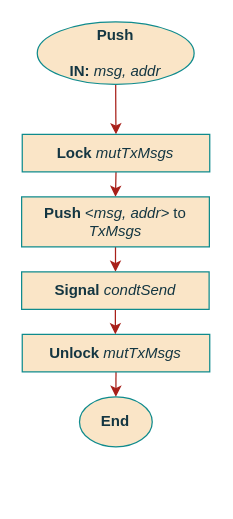
Earlier version of the draw.io diagram page "push" (5 of 8) of documentation/flowcharts/02Classes/CCommunication.drawio (ESRGgroup9/slipad). Source tidied: cells renumbered, new cells numbered last; positions are measured from the earlier drawing's top-left corner, leaving out a move shared by most shapes. Both pictures are drawn from the tidied source at 125%, with x=0, y=0 at pixel (21, 21).
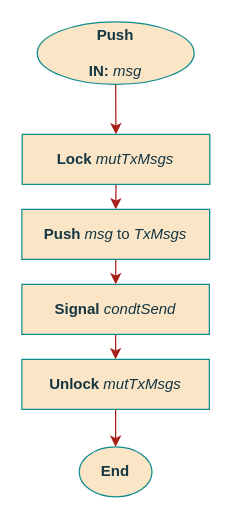
Above is the later version.

Diff of the diagram source:
```diff
@@
 <mxGraphModel>
   <root>
     <mxCell id="0" />
     <mxCell id="1" parent="0" />
     <mxCell id="2" style="edgeStyle=orthogonalEdgeStyle;curved=0;rounded=1;sketch=0;jettySize=auto;html=1;exitX=0.5;exitY=1;exitDx=0;exitDy=0;entryX=0.5;entryY=0;entryDx=0;entryDy=0;fontColor=#143642;strokeColor=#A8201A;fillColor=#FAE5C7;" parent="1" edge="1" source="3">
       <mxGeometry relative="1" as="geometry">
         <mxPoint x="75.3" y="90" as="targetPoint" />
       </mxGeometry>
     </mxCell>
-    <mxCell id="3" value="&lt;div&gt;Push&lt;/div&gt;&lt;div&gt;&lt;br&gt;&lt;/div&gt;&lt;div&gt;IN: &lt;i&gt;&lt;span style=&quot;font-weight: normal&quot;&gt;msg, addr&lt;/span&gt;&lt;/i&gt;&lt;br&gt;&lt;/div&gt;" style="ellipse;whiteSpace=wrap;html=1;fillColor=#FAE5C7;strokeColor=#0F8B8D;fontColor=#143642;fontStyle=1;" parent="1" vertex="1">
+    <mxCell id="3" value="&lt;div&gt;Push&lt;/div&gt;&lt;div&gt;&lt;br&gt;&lt;/div&gt;&lt;div&gt;IN: &lt;i&gt;&lt;span style=&quot;font-weight: normal&quot;&gt;msg&lt;/span&gt;&lt;/i&gt;&lt;br&gt;&lt;/div&gt;" style="ellipse;whiteSpace=wrap;html=1;fillColor=#FAE5C7;strokeColor=#0F8B8D;fontColor=#143642;fontStyle=1;" parent="1" vertex="1">
       <mxGeometry x="12.3" width="125.5" height="50" as="geometry" />
     </mxCell>
     <mxCell id="4" style="edgeStyle=orthogonalEdgeStyle;curved=0;rounded=1;sketch=0;jettySize=auto;html=1;exitX=0.5;exitY=1;exitDx=0;exitDy=0;entryX=0.5;entryY=0;entryDx=0;entryDy=0;fontColor=#143642;strokeColor=#A8201A;fillColor=#FAE5C7;" parent="1" edge="1" source="5" target="9">
       <mxGeometry relative="1" as="geometry" />
     </mxCell>
     <mxCell id="5" value="&lt;b&gt;Lock&lt;/b&gt; &lt;i&gt;mutTxMsgs&lt;/i&gt;" style="rounded=0;whiteSpace=wrap;html=1;sketch=0;fontColor=#143642;strokeColor=#0F8B8D;fillColor=#FAE5C7;" parent="1" vertex="1">
-      <mxGeometry x="0.3" y="90" width="150" height="30" as="geometry" />
+      <mxGeometry x="0.3" y="90" width="150" height="40" as="geometry" />
     </mxCell>
     <mxCell id="6" style="edgeStyle=orthogonalEdgeStyle;curved=0;rounded=1;sketch=0;jettySize=auto;html=1;exitX=0.5;exitY=1;exitDx=0;exitDy=0;entryX=0.5;entryY=0;entryDx=0;entryDy=0;fontColor=#143642;strokeColor=#A8201A;fillColor=#FAE5C7;" parent="1" edge="1" source="7" target="12">
       <mxGeometry relative="1" as="geometry" />
     </mxCell>
     <mxCell id="7" value="&lt;b&gt;Unlock&lt;/b&gt; &lt;i&gt;mutTxMsgs&lt;/i&gt;" style="rounded=0;whiteSpace=wrap;html=1;sketch=0;fontColor=#143642;strokeColor=#0F8B8D;fillColor=#FAE5C7;" parent="1" vertex="1">
-      <mxGeometry x="0.3" y="250" width="150" height="30" as="geometry" />
+      <mxGeometry y="270" width="150" height="40" as="geometry" />
     </mxCell>
     <mxCell id="8" style="edgeStyle=orthogonalEdgeStyle;curved=0;rounded=1;sketch=0;jettySize=auto;html=1;exitX=0.5;exitY=1;exitDx=0;exitDy=0;fontColor=#143642;strokeColor=#A8201A;fillColor=#FAE5C7;" parent="1" edge="1" source="9" target="11">
       <mxGeometry relative="1" as="geometry" />
     </mxCell>
-    <mxCell id="9" value="&lt;b&gt;Push &lt;/b&gt;&amp;lt;&lt;i&gt;msg, addr&amp;gt;&lt;/i&gt; to &lt;i&gt;TxMsgs&lt;/i&gt;" style="rounded=0;whiteSpace=wrap;html=1;sketch=0;fontColor=#143642;strokeColor=#0F8B8D;fillColor=#FAE5C7;" parent="1" vertex="1">
-      <mxGeometry x="-0.2" y="140" width="150.2" height="40" as="geometry" />
+    <mxCell id="9" value="&lt;b&gt;Push &lt;/b&gt;&lt;i&gt;msg&lt;/i&gt; to &lt;i&gt;TxMsgs&lt;/i&gt;" style="rounded=0;whiteSpace=wrap;html=1;sketch=0;fontColor=#143642;strokeColor=#0F8B8D;fillColor=#FAE5C7;" parent="1" vertex="1">
+      <mxGeometry y="150" width="150.2" height="40" as="geometry" />
     </mxCell>
     <mxCell id="10" style="edgeStyle=orthogonalEdgeStyle;curved=0;rounded=1;sketch=0;jettySize=auto;html=1;exitX=0.5;exitY=1;exitDx=0;exitDy=0;fontColor=#143642;strokeColor=#A8201A;fillColor=#FAE5C7;" parent="1" edge="1" source="11" target="7">
       <mxGeometry relative="1" as="geometry" />
     </mxCell>
     <mxCell id="11" value="&lt;b&gt;Signal&lt;/b&gt; &lt;i&gt;condtSend&lt;/i&gt;" style="rounded=0;whiteSpace=wrap;html=1;sketch=0;fontColor=#143642;strokeColor=#0F8B8D;fillColor=#FAE5C7;" parent="1" vertex="1">
-      <mxGeometry x="-0.2" y="200" width="150" height="30" as="geometry" />
+      <mxGeometry y="210" width="150" height="40" as="geometry" />
     </mxCell>
     <mxCell id="12" value="End" style="ellipse;whiteSpace=wrap;html=1;fillColor=#FAE5C7;strokeColor=#0F8B8D;fontColor=#143642;fontStyle=1;" parent="1" vertex="1">
-      <mxGeometry x="46.1" y="300" width="58.2" height="40" as="geometry" />
+      <mxGeometry x="45.9" y="340" width="58.2" height="40" as="geometry" />
     </mxCell>
   </root>
 </mxGraphModel>
```
